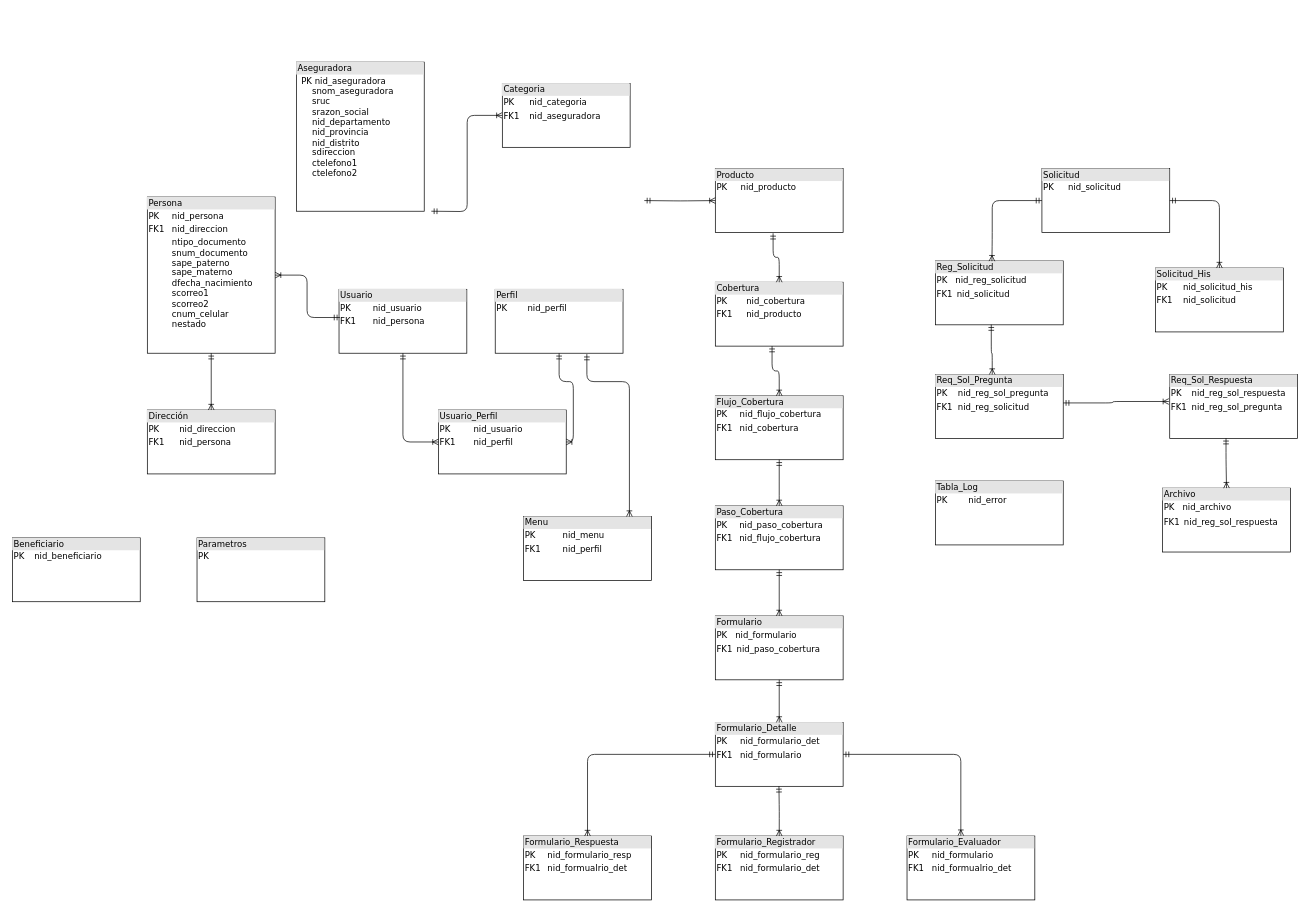
Above: SINIESTROS/Diagrama sin título.drawio in alejandroarceefitec/EFICTEC (draw.io), before the change. Source tidied: cells renumbered, new cells numbered last; positions are measured from the earlier drawing's top-left corner, leaving out a move shared by most shapes. Both pictures are drawn from the tidied source at 71%, with x=0, y=0 at pixel (12, 62).
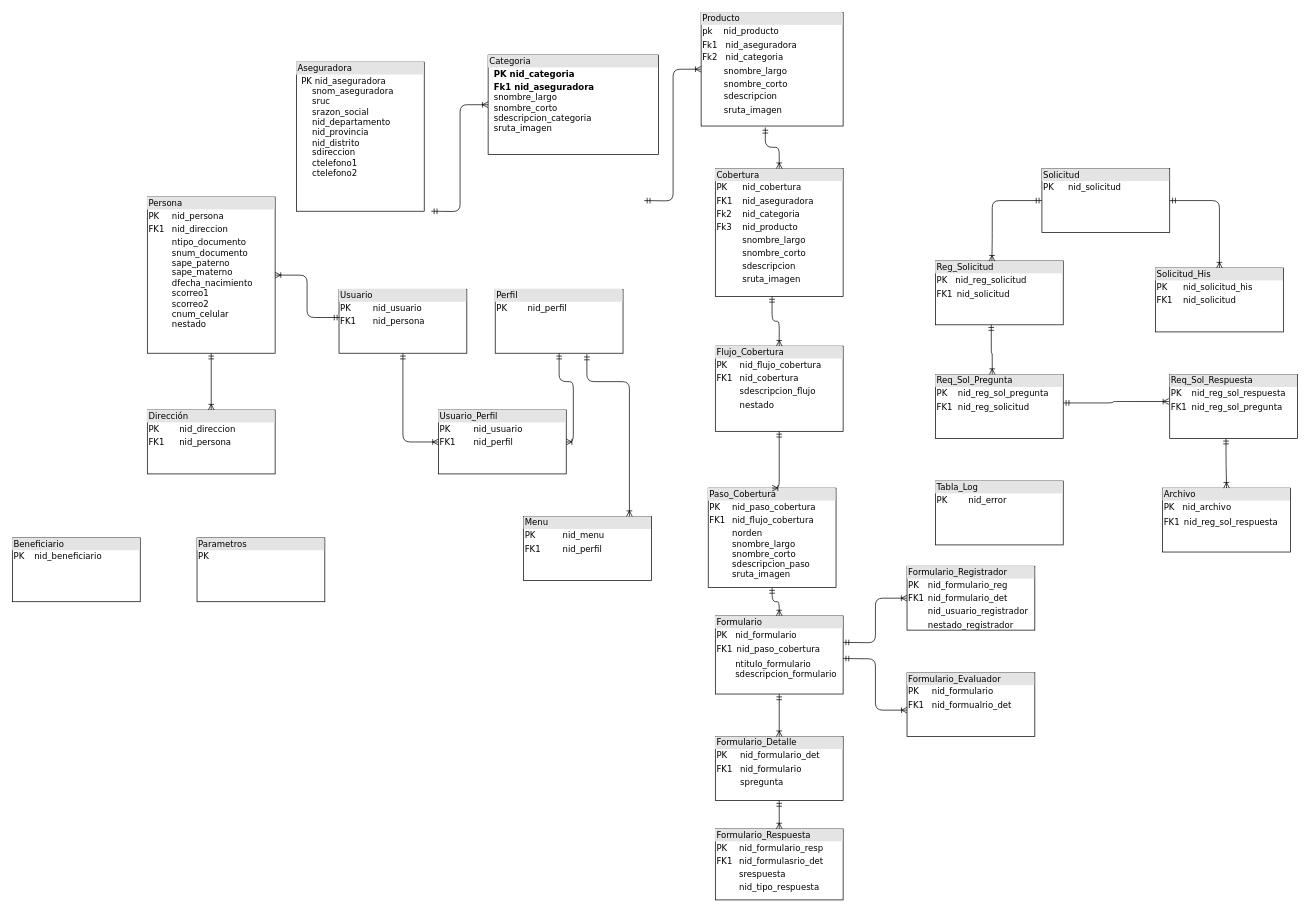
Above is the later version.

The edit, as a diff of the source:
```diff
@@
-    <mxCell id="4" value="&lt;div style=&quot;box-sizing: border-box ; width: 100% ; background: #e4e4e4 ; padding: 2px&quot;&gt;Categoria&lt;/div&gt;&lt;table style=&quot;width: 100% ; font-size: 1em&quot; cellpadding=&quot;2&quot; cellspacing=&quot;0&quot;&gt;&lt;tbody&gt;&lt;tr&gt;&lt;td&gt;PK&lt;/td&gt;&lt;td&gt;nid_categoria&lt;/td&gt;&lt;/tr&gt;&lt;tr&gt;&lt;td&gt;FK1&lt;/td&gt;&lt;td&gt;nid_aseguradora&lt;br&gt;&lt;/td&gt;&lt;/tr&gt;&lt;/tbody&gt;&lt;/table&gt;" style="verticalAlign=top;align=left;overflow=fill;html=1;rounded=0;shadow=0;comic=0;labelBackgroundColor=none;strokeWidth=1;fontFamily=Verdana;fontSize=12;" parent="1" vertex="1">
-      <mxGeometry x="690" y="30" width="180" height="90" as="geometry" />
+    <mxCell id="4" value="&lt;div style=&quot;box-sizing: border-box ; width: 100% ; background: #e4e4e4 ; padding: 2px&quot;&gt;Categoria&lt;/div&gt;&lt;table style=&quot;width: 100% ; font-size: 1em&quot; cellpadding=&quot;2&quot; cellspacing=&quot;0&quot;&gt;&lt;tbody&gt;&lt;tr&gt;&lt;td&gt;&lt;b&gt;&lt;br&gt;&lt;/b&gt;&lt;/td&gt;&lt;td&gt;&lt;b&gt;PK nid_categoria&lt;/b&gt;&lt;br&gt;&lt;/td&gt;&lt;/tr&gt;&lt;tr&gt;&lt;td&gt;&lt;b&gt;&lt;br&gt;&lt;br&gt;&lt;br&gt;&lt;/b&gt;&lt;/td&gt;&lt;td&gt;&lt;b&gt;Fk1 nid_aseguradora&lt;/b&gt;&lt;br&gt;snombre_largo&lt;br&gt;snombre_corto&lt;br&gt;sdescripcion_categoria&lt;br&gt;sruta_imagen&lt;/td&gt;&lt;/tr&gt;&lt;/tbody&gt;&lt;/table&gt;" style="verticalAlign=top;align=left;overflow=fill;html=1;rounded=0;shadow=0;comic=0;labelBackgroundColor=none;strokeWidth=1;fontFamily=Verdana;fontSize=12;" parent="1" vertex="1">
+      <mxGeometry x="670" y="-10" width="240" height="140" as="geometry" />
     </mxCell>
-    <mxCell id="5" value="&lt;div style=&quot;box-sizing: border-box ; width: 100% ; background: #e4e4e4 ; padding: 2px&quot;&gt;Producto&lt;/div&gt;&lt;table style=&quot;width: 100% ; font-size: 1em&quot; cellpadding=&quot;2&quot; cellspacing=&quot;0&quot;&gt;&lt;tbody&gt;&lt;tr&gt;&lt;td&gt;PK&lt;/td&gt;&lt;td&gt;nid_producto&lt;/td&gt;&lt;/tr&gt;&lt;tr&gt;&lt;td&gt;&lt;br&gt;&lt;/td&gt;&lt;td&gt;&lt;br&gt;&lt;/td&gt;&lt;/tr&gt;&lt;tr&gt;&lt;td&gt;&lt;/td&gt;&lt;td&gt;&lt;br&gt;&lt;/td&gt;&lt;/tr&gt;&lt;/tbody&gt;&lt;/table&gt;" style="verticalAlign=top;align=left;overflow=fill;html=1;rounded=0;shadow=0;comic=0;labelBackgroundColor=none;strokeWidth=1;fontFamily=Verdana;fontSize=12;" parent="1" vertex="1">
-      <mxGeometry x="990" y="150" width="180" height="90" as="geometry" />
+    <mxCell id="5" value="&lt;div style=&quot;box-sizing: border-box ; width: 100% ; background: #e4e4e4 ; padding: 2px&quot;&gt;Producto&lt;/div&gt;&lt;div style=&quot;box-sizing: border-box ; width: 100% ; padding: 2px&quot;&gt;&lt;span style=&quot;background-color: rgb(255 , 255 , 255)&quot;&gt;pk&amp;nbsp; &amp;nbsp; nid_producto&lt;/span&gt;&lt;/div&gt;&lt;div style=&quot;box-sizing: border-box ; width: 100% ; padding: 2px&quot;&gt;Fk1&amp;nbsp; &amp;nbsp;nid_aseguradora&lt;/div&gt;&lt;div style=&quot;box-sizing: border-box ; width: 100% ; padding: 2px&quot;&gt;Fk2&amp;nbsp; &amp;nbsp;nid_categoria&lt;/div&gt;&lt;div style=&quot;box-sizing: border-box ; width: 100% ; padding: 2px&quot;&gt;&amp;nbsp; &amp;nbsp; &amp;nbsp; &amp;nbsp; snombre_largo&lt;/div&gt;&lt;div style=&quot;box-sizing: border-box ; width: 100% ; padding: 2px&quot;&gt;&amp;nbsp; &amp;nbsp; &amp;nbsp; &amp;nbsp; snombre_corto&lt;/div&gt;&lt;div style=&quot;box-sizing: border-box ; width: 100% ; padding: 2px&quot;&gt;&amp;nbsp; &amp;nbsp; &amp;nbsp; &amp;nbsp; sdescripcion&lt;/div&gt;&lt;div style=&quot;box-sizing: border-box ; width: 100% ; padding: 2px&quot;&gt;&amp;nbsp; &amp;nbsp; &amp;nbsp; &amp;nbsp; sruta_imagen&lt;/div&gt;&lt;div style=&quot;box-sizing: border-box ; width: 100% ; padding: 2px&quot;&gt;&lt;br&gt;&lt;/div&gt;" style="verticalAlign=top;align=left;overflow=fill;html=1;rounded=0;shadow=0;comic=0;labelBackgroundColor=none;strokeWidth=1;fontFamily=Verdana;fontSize=12;" parent="1" vertex="1">
+      <mxGeometry x="970" y="-70" width="200" height="160" as="geometry" />
     </mxCell>
@@
-    <mxCell id="15" value="&lt;div style=&quot;box-sizing: border-box ; width: 100% ; background: #e4e4e4 ; padding: 2px&quot;&gt;Formulario_Registrador&lt;/div&gt;&lt;table style=&quot;width: 100% ; font-size: 1em&quot; cellpadding=&quot;2&quot; cellspacing=&quot;0&quot;&gt;&lt;tbody&gt;&lt;tr&gt;&lt;td&gt;PK&lt;/td&gt;&lt;td&gt;nid_formulario_reg&lt;/td&gt;&lt;/tr&gt;&lt;tr&gt;&lt;td&gt;FK1&lt;/td&gt;&lt;td&gt;nid_formulario_det&lt;/td&gt;&lt;/tr&gt;&lt;tr&gt;&lt;td&gt;&lt;/td&gt;&lt;td&gt;&lt;br&gt;&lt;/td&gt;&lt;/tr&gt;&lt;/tbody&gt;&lt;/table&gt;" style="verticalAlign=top;align=left;overflow=fill;html=1;rounded=0;shadow=0;comic=0;labelBackgroundColor=none;strokeWidth=1;fontFamily=Verdana;fontSize=12;" parent="1" vertex="1">
-      <mxGeometry x="990" y="1090" width="180" height="90" as="geometry" />
+    <mxCell id="15" value="&lt;div style=&quot;box-sizing: border-box ; width: 100% ; background: #e4e4e4 ; padding: 2px&quot;&gt;Formulario_Registrador&lt;/div&gt;&lt;table style=&quot;width: 100% ; font-size: 1em&quot; cellpadding=&quot;2&quot; cellspacing=&quot;0&quot;&gt;&lt;tbody&gt;&lt;tr&gt;&lt;td&gt;PK&lt;/td&gt;&lt;td&gt;nid_formulario_reg&lt;/td&gt;&lt;/tr&gt;&lt;tr&gt;&lt;td&gt;FK1&lt;/td&gt;&lt;td&gt;nid_formulario_det&lt;/td&gt;&lt;/tr&gt;&lt;tr&gt;&lt;td&gt;&lt;/td&gt;&lt;td&gt;nid_usuario_registrador&lt;/td&gt;&lt;/tr&gt;&lt;tr&gt;&lt;td&gt;&lt;br&gt;&lt;/td&gt;&lt;td&gt;nestado_registrador&lt;/td&gt;&lt;/tr&gt;&lt;/tbody&gt;&lt;/table&gt;" style="verticalAlign=top;align=left;overflow=fill;html=1;rounded=0;shadow=0;comic=0;labelBackgroundColor=none;strokeWidth=1;fontFamily=Verdana;fontSize=12;" parent="1" vertex="1">
+      <mxGeometry x="1260" y="710" width="180" height="90" as="geometry" />
     </mxCell>
-    <mxCell id="16" value="&lt;div style=&quot;box-sizing: border-box ; width: 100% ; background: #e4e4e4 ; padding: 2px&quot;&gt;Formulario_Respuesta&lt;/div&gt;&lt;table style=&quot;width: 100% ; font-size: 1em&quot; cellpadding=&quot;2&quot; cellspacing=&quot;0&quot;&gt;&lt;tbody&gt;&lt;tr&gt;&lt;td&gt;PK&lt;/td&gt;&lt;td&gt;nid_formulario_resp&lt;/td&gt;&lt;/tr&gt;&lt;tr&gt;&lt;td&gt;FK1&lt;/td&gt;&lt;td&gt;nid_formualrio_det&lt;/td&gt;&lt;/tr&gt;&lt;tr&gt;&lt;td&gt;&lt;br&gt;&lt;/td&gt;&lt;td&gt;&lt;br&gt;&lt;/td&gt;&lt;/tr&gt;&lt;/tbody&gt;&lt;/table&gt;" style="verticalAlign=top;align=left;overflow=fill;html=1;rounded=0;shadow=0;comic=0;labelBackgroundColor=none;strokeWidth=1;fontFamily=Verdana;fontSize=12;" parent="1" vertex="1">
-      <mxGeometry x="720" y="1090" width="180" height="90" as="geometry" />
+    <mxCell id="16" value="&lt;div style=&quot;box-sizing: border-box ; width: 100% ; background: #e4e4e4 ; padding: 2px&quot;&gt;Formulario_Respuesta&lt;/div&gt;&lt;table style=&quot;width: 100% ; font-size: 1em&quot; cellpadding=&quot;2&quot; cellspacing=&quot;0&quot;&gt;&lt;tbody&gt;&lt;tr&gt;&lt;td&gt;PK&lt;/td&gt;&lt;td&gt;nid_formulario_resp&lt;/td&gt;&lt;/tr&gt;&lt;tr&gt;&lt;td&gt;FK1&lt;/td&gt;&lt;td&gt;nid_formulasrio_det&lt;/td&gt;&lt;/tr&gt;&lt;tr&gt;&lt;td&gt;&lt;br&gt;&lt;/td&gt;&lt;td&gt;srespuesta&lt;/td&gt;&lt;/tr&gt;&lt;tr&gt;&lt;td&gt;&lt;br&gt;&lt;/td&gt;&lt;td&gt;nid_tipo_respuesta&lt;/td&gt;&lt;/tr&gt;&lt;/tbody&gt;&lt;/table&gt;" style="verticalAlign=top;align=left;overflow=fill;html=1;rounded=0;shadow=0;comic=0;labelBackgroundColor=none;strokeWidth=1;fontFamily=Verdana;fontSize=12;" parent="1" vertex="1">
+      <mxGeometry x="990" y="1080" width="180" height="100" as="geometry" />
     </mxCell>
     <mxCell id="17" value="&lt;div style=&quot;box-sizing: border-box ; width: 100% ; background: #e4e4e4 ; padding: 2px&quot;&gt;Formulario_Evaluador&lt;/div&gt;&lt;table style=&quot;width: 100% ; font-size: 1em&quot; cellpadding=&quot;2&quot; cellspacing=&quot;0&quot;&gt;&lt;tbody&gt;&lt;tr&gt;&lt;td&gt;PK&lt;/td&gt;&lt;td&gt;nid_formulario&lt;/td&gt;&lt;/tr&gt;&lt;tr&gt;&lt;td&gt;FK1&lt;/td&gt;&lt;td&gt;nid_formualrio_det&lt;/td&gt;&lt;/tr&gt;&lt;tr&gt;&lt;td&gt;&lt;/td&gt;&lt;td&gt;&lt;br&gt;&lt;/td&gt;&lt;/tr&gt;&lt;/tbody&gt;&lt;/table&gt;" style="verticalAlign=top;align=left;overflow=fill;html=1;rounded=0;shadow=0;comic=0;labelBackgroundColor=none;strokeWidth=1;fontFamily=Verdana;fontSize=12;" parent="1" vertex="1">
-      <mxGeometry x="1260" y="1090" width="180" height="90" as="geometry" />
+      <mxGeometry x="1260" y="860" width="180" height="90" as="geometry" />
     </mxCell>
-    <mxCell id="18" value="&lt;div style=&quot;box-sizing: border-box ; width: 100% ; background: #e4e4e4 ; padding: 2px&quot;&gt;Formulario_Detalle&lt;/div&gt;&lt;table style=&quot;width: 100% ; font-size: 1em&quot; cellpadding=&quot;2&quot; cellspacing=&quot;0&quot;&gt;&lt;tbody&gt;&lt;tr&gt;&lt;td&gt;PK&lt;/td&gt;&lt;td&gt;nid_formulario_det&lt;/td&gt;&lt;/tr&gt;&lt;tr&gt;&lt;td&gt;FK1&lt;/td&gt;&lt;td&gt;nid_formulario&lt;/td&gt;&lt;/tr&gt;&lt;tr&gt;&lt;td&gt;&lt;/td&gt;&lt;td&gt;&lt;br&gt;&lt;/td&gt;&lt;/tr&gt;&lt;/tbody&gt;&lt;/table&gt;" style="verticalAlign=top;align=left;overflow=fill;html=1;rounded=0;shadow=0;comic=0;labelBackgroundColor=none;strokeWidth=1;fontFamily=Verdana;fontSize=12;" parent="1" vertex="1">
-      <mxGeometry x="990" y="930" width="180" height="90" as="geometry" />
+    <mxCell id="18" value="&lt;div style=&quot;box-sizing: border-box ; width: 100% ; background: #e4e4e4 ; padding: 2px&quot;&gt;Formulario_Detalle&lt;/div&gt;&lt;table style=&quot;width: 100% ; font-size: 1em&quot; cellpadding=&quot;2&quot; cellspacing=&quot;0&quot;&gt;&lt;tbody&gt;&lt;tr&gt;&lt;td&gt;PK&lt;/td&gt;&lt;td&gt;nid_formulario_det&lt;/td&gt;&lt;/tr&gt;&lt;tr&gt;&lt;td&gt;FK1&lt;/td&gt;&lt;td&gt;nid_formulario&lt;/td&gt;&lt;/tr&gt;&lt;tr&gt;&lt;td&gt;&lt;/td&gt;&lt;td&gt;spregunta&lt;/td&gt;&lt;/tr&gt;&lt;/tbody&gt;&lt;/table&gt;" style="verticalAlign=top;align=left;overflow=fill;html=1;rounded=0;shadow=0;comic=0;labelBackgroundColor=none;strokeWidth=1;fontFamily=Verdana;fontSize=12;" parent="1" vertex="1">
+      <mxGeometry x="990" y="950" width="180" height="90" as="geometry" />
     </mxCell>
-    <mxCell id="19" value="&lt;div style=&quot;box-sizing: border-box ; width: 100% ; background: #e4e4e4 ; padding: 2px&quot;&gt;Cobertura&lt;/div&gt;&lt;table style=&quot;width: 100% ; font-size: 1em&quot; cellpadding=&quot;2&quot; cellspacing=&quot;0&quot;&gt;&lt;tbody&gt;&lt;tr&gt;&lt;td&gt;PK&lt;/td&gt;&lt;td&gt;nid_cobertura&lt;/td&gt;&lt;/tr&gt;&lt;tr&gt;&lt;td&gt;FK1&lt;/td&gt;&lt;td&gt;nid_producto&lt;br&gt;&lt;/td&gt;&lt;/tr&gt;&lt;tr&gt;&lt;td&gt;&lt;/td&gt;&lt;td&gt;&lt;br&gt;&lt;/td&gt;&lt;/tr&gt;&lt;/tbody&gt;&lt;/table&gt;" style="verticalAlign=top;align=left;overflow=fill;html=1;rounded=0;shadow=0;comic=0;labelBackgroundColor=none;strokeWidth=1;fontFamily=Verdana;fontSize=12;" parent="1" vertex="1">
-      <mxGeometry x="990" y="310" width="180" height="90" as="geometry" />
+    <mxCell id="19" value="&lt;div style=&quot;box-sizing: border-box ; width: 100% ; background: #e4e4e4 ; padding: 2px&quot;&gt;Cobertura&lt;/div&gt;&lt;table style=&quot;width: 100% ; font-size: 1em&quot; cellpadding=&quot;2&quot; cellspacing=&quot;0&quot;&gt;&lt;tbody&gt;&lt;tr&gt;&lt;td&gt;PK&lt;/td&gt;&lt;td&gt;nid_cobertura&lt;/td&gt;&lt;/tr&gt;&lt;tr&gt;&lt;td&gt;FK1&lt;/td&gt;&lt;td&gt;nid_aseguradora&lt;br&gt;&lt;/td&gt;&lt;/tr&gt;&lt;tr&gt;&lt;td&gt;Fk2&lt;/td&gt;&lt;td&gt;nid_categoria&lt;br&gt;&lt;/td&gt;&lt;/tr&gt;&lt;tr&gt;&lt;td&gt;Fk3&lt;/td&gt;&lt;td&gt;nid_producto&lt;/td&gt;&lt;/tr&gt;&lt;tr&gt;&lt;td&gt;&lt;br&gt;&lt;/td&gt;&lt;td&gt;snombre_largo&lt;/td&gt;&lt;/tr&gt;&lt;tr&gt;&lt;td&gt;&lt;br&gt;&lt;/td&gt;&lt;td&gt;snombre_corto&lt;/td&gt;&lt;/tr&gt;&lt;tr&gt;&lt;td&gt;&lt;br&gt;&lt;/td&gt;&lt;td&gt;sdescripcion&lt;/td&gt;&lt;/tr&gt;&lt;tr&gt;&lt;td&gt;&lt;br&gt;&lt;/td&gt;&lt;td&gt;sruta_imagen&lt;/td&gt;&lt;/tr&gt;&lt;/tbody&gt;&lt;/table&gt;" style="verticalAlign=top;align=left;overflow=fill;html=1;rounded=0;shadow=0;comic=0;labelBackgroundColor=none;strokeWidth=1;fontFamily=Verdana;fontSize=12;" parent="1" vertex="1">
+      <mxGeometry x="990" y="150" width="180" height="180" as="geometry" />
     </mxCell>
-    <mxCell id="20" value="&lt;div style=&quot;box-sizing: border-box ; width: 100% ; background: #e4e4e4 ; padding: 2px&quot;&gt;Flujo_Cobertura&lt;/div&gt;&lt;table style=&quot;width: 100% ; font-size: 1em&quot; cellpadding=&quot;2&quot; cellspacing=&quot;0&quot;&gt;&lt;tbody&gt;&lt;tr&gt;&lt;td&gt;PK&lt;/td&gt;&lt;td&gt;nid_flujo_cobertura&lt;/td&gt;&lt;/tr&gt;&lt;tr&gt;&lt;td&gt;FK1&lt;/td&gt;&lt;td&gt;nid_cobertura&lt;br&gt;&lt;/td&gt;&lt;/tr&gt;&lt;tr&gt;&lt;td&gt;&lt;/td&gt;&lt;td&gt;&lt;br&gt;&lt;/td&gt;&lt;/tr&gt;&lt;/tbody&gt;&lt;/table&gt;" style="verticalAlign=top;align=left;overflow=fill;html=1;rounded=0;shadow=0;comic=0;labelBackgroundColor=none;strokeWidth=1;fontFamily=Verdana;fontSize=12;" parent="1" vertex="1">
-      <mxGeometry x="990" y="470" width="180" height="90" as="geometry" />
+    <mxCell id="20" value="&lt;div style=&quot;box-sizing: border-box ; width: 100% ; background: #e4e4e4 ; padding: 2px&quot;&gt;Flujo_Cobertura&lt;/div&gt;&lt;table style=&quot;width: 100% ; font-size: 1em&quot; cellpadding=&quot;2&quot; cellspacing=&quot;0&quot;&gt;&lt;tbody&gt;&lt;tr&gt;&lt;td&gt;PK&lt;/td&gt;&lt;td&gt;nid_flujo_cobertura&lt;/td&gt;&lt;/tr&gt;&lt;tr&gt;&lt;td&gt;FK1&lt;/td&gt;&lt;td&gt;nid_cobertura&lt;br&gt;&lt;/td&gt;&lt;/tr&gt;&lt;tr&gt;&lt;td&gt;&lt;/td&gt;&lt;td&gt;sdescripcion_flujo&lt;/td&gt;&lt;/tr&gt;&lt;tr&gt;&lt;td&gt;&lt;br&gt;&lt;/td&gt;&lt;td&gt;nestado&lt;/td&gt;&lt;/tr&gt;&lt;/tbody&gt;&lt;/table&gt;" style="verticalAlign=top;align=left;overflow=fill;html=1;rounded=0;shadow=0;comic=0;labelBackgroundColor=none;strokeWidth=1;fontFamily=Verdana;fontSize=12;" parent="1" vertex="1">
+      <mxGeometry x="990" y="400" width="180" height="120" as="geometry" />
     </mxCell>
-    <mxCell id="21" value="&lt;div style=&quot;box-sizing: border-box ; width: 100% ; background: #e4e4e4 ; padding: 2px&quot;&gt;Paso_Cobertura&lt;/div&gt;&lt;table style=&quot;width: 100% ; font-size: 1em&quot; cellpadding=&quot;2&quot; cellspacing=&quot;0&quot;&gt;&lt;tbody&gt;&lt;tr&gt;&lt;td&gt;PK&lt;/td&gt;&lt;td&gt;nid_paso_cobertura&lt;/td&gt;&lt;/tr&gt;&lt;tr&gt;&lt;td&gt;FK1&lt;/td&gt;&lt;td&gt;nid_flujo_cobertura&lt;/td&gt;&lt;/tr&gt;&lt;tr&gt;&lt;td&gt;&lt;/td&gt;&lt;td&gt;&lt;br&gt;&lt;/td&gt;&lt;/tr&gt;&lt;/tbody&gt;&lt;/table&gt;" style="verticalAlign=top;align=left;overflow=fill;html=1;rounded=0;shadow=0;comic=0;labelBackgroundColor=none;strokeWidth=1;fontFamily=Verdana;fontSize=12;" parent="1" vertex="1">
-      <mxGeometry x="990" y="625" width="180" height="90" as="geometry" />
+    <mxCell id="21" value="&lt;div style=&quot;box-sizing: border-box ; width: 100% ; background: #e4e4e4 ; padding: 2px&quot;&gt;Paso_Cobertura&lt;/div&gt;&lt;table style=&quot;width: 100% ; font-size: 1em&quot; cellpadding=&quot;2&quot; cellspacing=&quot;0&quot;&gt;&lt;tbody&gt;&lt;tr&gt;&lt;td&gt;PK&lt;/td&gt;&lt;td&gt;nid_paso_cobertura&lt;/td&gt;&lt;/tr&gt;&lt;tr&gt;&lt;td&gt;FK1&lt;/td&gt;&lt;td&gt;nid_flujo_cobertura&lt;/td&gt;&lt;/tr&gt;&lt;tr&gt;&lt;td&gt;&lt;/td&gt;&lt;td&gt;norden&lt;br&gt;snombre_largo&lt;br&gt;snombre_corto&lt;br&gt;sdescripcion_paso&lt;br&gt;sruta_imagen&lt;/td&gt;&lt;/tr&gt;&lt;/tbody&gt;&lt;/table&gt;" style="verticalAlign=top;align=left;overflow=fill;html=1;rounded=0;shadow=0;comic=0;labelBackgroundColor=none;strokeWidth=1;fontFamily=Verdana;fontSize=12;" parent="1" vertex="1">
+      <mxGeometry x="980" y="600" width="180" height="140" as="geometry" />
     </mxCell>
@@
-    <mxCell id="32" value="&lt;div style=&quot;box-sizing: border-box ; width: 100% ; background: #e4e4e4 ; padding: 2px&quot;&gt;Formulario&lt;/div&gt;&lt;table style=&quot;width: 100% ; font-size: 1em&quot; cellpadding=&quot;2&quot; cellspacing=&quot;0&quot;&gt;&lt;tbody&gt;&lt;tr&gt;&lt;td&gt;PK&lt;/td&gt;&lt;td&gt;nid_formulario&lt;/td&gt;&lt;/tr&gt;&lt;tr&gt;&lt;td&gt;FK1&lt;/td&gt;&lt;td&gt;&lt;table cellpadding=&quot;2&quot; cellspacing=&quot;0&quot; style=&quot;font-size: 1em ; width: 179.2px&quot;&gt;&lt;tbody&gt;&lt;tr&gt;&lt;td&gt;nid_paso_cobertura&lt;/td&gt;&lt;/tr&gt;&lt;tr&gt;&lt;/tr&gt;&lt;/tbody&gt;&lt;/table&gt;&lt;/td&gt;&lt;/tr&gt;&lt;tr&gt;&lt;td&gt;&lt;/td&gt;&lt;td&gt;&lt;br&gt;&lt;/td&gt;&lt;/tr&gt;&lt;/tbody&gt;&lt;/table&gt;" style="verticalAlign=top;align=left;overflow=fill;html=1;rounded=0;shadow=0;comic=0;labelBackgroundColor=none;strokeWidth=1;fontFamily=Verdana;fontSize=12;" parent="1" vertex="1">
-      <mxGeometry x="990" y="780" width="180" height="90" as="geometry" />
+    <mxCell id="32" value="&lt;div style=&quot;box-sizing: border-box ; width: 100% ; background: #e4e4e4 ; padding: 2px&quot;&gt;Formulario&lt;/div&gt;&lt;table style=&quot;width: 100% ; font-size: 1em&quot; cellpadding=&quot;2&quot; cellspacing=&quot;0&quot;&gt;&lt;tbody&gt;&lt;tr&gt;&lt;td&gt;PK&lt;/td&gt;&lt;td&gt;nid_formulario&lt;/td&gt;&lt;/tr&gt;&lt;tr&gt;&lt;td&gt;FK1&lt;/td&gt;&lt;td&gt;&lt;table cellpadding=&quot;2&quot; cellspacing=&quot;0&quot; style=&quot;font-size: 1em ; width: 179.2px&quot;&gt;&lt;tbody&gt;&lt;tr&gt;&lt;td&gt;nid_paso_cobertura&lt;br&gt;&lt;/td&gt;&lt;/tr&gt;&lt;tr&gt;&lt;/tr&gt;&lt;/tbody&gt;&lt;/table&gt;&lt;/td&gt;&lt;/tr&gt;&lt;tr&gt;&lt;td&gt;&lt;/td&gt;&lt;td&gt;ntitulo_formulario&lt;br&gt;sdescripcion_formulario&lt;br&gt;&lt;br&gt;&lt;/td&gt;&lt;/tr&gt;&lt;/tbody&gt;&lt;/table&gt;" style="verticalAlign=top;align=left;overflow=fill;html=1;rounded=0;shadow=0;comic=0;labelBackgroundColor=none;strokeWidth=1;fontFamily=Verdana;fontSize=12;" parent="1" vertex="1">
+      <mxGeometry x="990" y="780" width="180" height="110" as="geometry" />
     </mxCell>
@@
-    <mxCell id="40" style="edgeStyle=orthogonalEdgeStyle;html=1;endArrow=ERoneToMany;startArrow=ERmandOne;labelBackgroundColor=none;fontFamily=Verdana;fontSize=12;align=left;exitX=0.5;exitY=1;exitDx=0;exitDy=0;entryX=0.5;entryY=0;entryDx=0;entryDy=0;" parent="1" edge="1" target="15">
-      <mxGeometry relative="1" as="geometry">
-        <mxPoint x="1079.6" y="1020" as="sourcePoint" />
-      </mxGeometry>
-    </mxCell>
-    <mxCell id="41" style="edgeStyle=orthogonalEdgeStyle;html=1;endArrow=ERoneToMany;startArrow=ERmandOne;labelBackgroundColor=none;fontFamily=Verdana;fontSize=12;align=left;exitX=1;exitY=0.5;exitDx=0;exitDy=0;entryX=0.421;entryY=-0.006;entryDx=0;entryDy=0;entryPerimeter=0;" parent="1" edge="1" source="18" target="17">
-      <mxGeometry relative="1" as="geometry" />
-    </mxCell>
-    <mxCell id="42" style="edgeStyle=orthogonalEdgeStyle;html=1;endArrow=ERoneToMany;startArrow=ERmandOne;labelBackgroundColor=none;fontFamily=Verdana;fontSize=12;align=left;exitX=0;exitY=0.5;exitDx=0;exitDy=0;" parent="1" edge="1" source="18" target="16">
+    <mxCell id="42" style="edgeStyle=orthogonalEdgeStyle;html=1;endArrow=ERoneToMany;startArrow=ERmandOne;labelBackgroundColor=none;fontFamily=Verdana;fontSize=12;align=left;exitX=0.5;exitY=1;exitDx=0;exitDy=0;" parent="1" edge="1" source="18" target="16">
       <mxGeometry relative="1" as="geometry" />
     </mxCell>
@@
+    <mxCell id="48" style="edgeStyle=orthogonalEdgeStyle;html=1;endArrow=ERoneToMany;startArrow=ERmandOne;labelBackgroundColor=none;fontFamily=Verdana;fontSize=12;align=left;exitX=0;exitY=0.5;exitDx=0;exitDy=0;entryX=0.001;entryY=0.586;entryDx=0;entryDy=0;entryPerimeter=0;" parent="1" edge="1" target="17">
+      <mxGeometry relative="1" as="geometry">
+        <mxPoint x="1170" y="840" as="sourcePoint" />
+      </mxGeometry>
+    </mxCell>
+    <mxCell id="49" style="edgeStyle=orthogonalEdgeStyle;html=1;endArrow=ERoneToMany;startArrow=ERmandOne;labelBackgroundColor=none;fontFamily=Verdana;fontSize=12;align=left;exitX=0;exitY=0.5;exitDx=0;exitDy=0;entryX=0;entryY=0.5;entryDx=0;entryDy=0;" parent="1" edge="1" target="15">
+      <mxGeometry relative="1" as="geometry">
+        <mxPoint x="1170" y="817.3" as="sourcePoint" />
+      </mxGeometry>
+    </mxCell>
```
